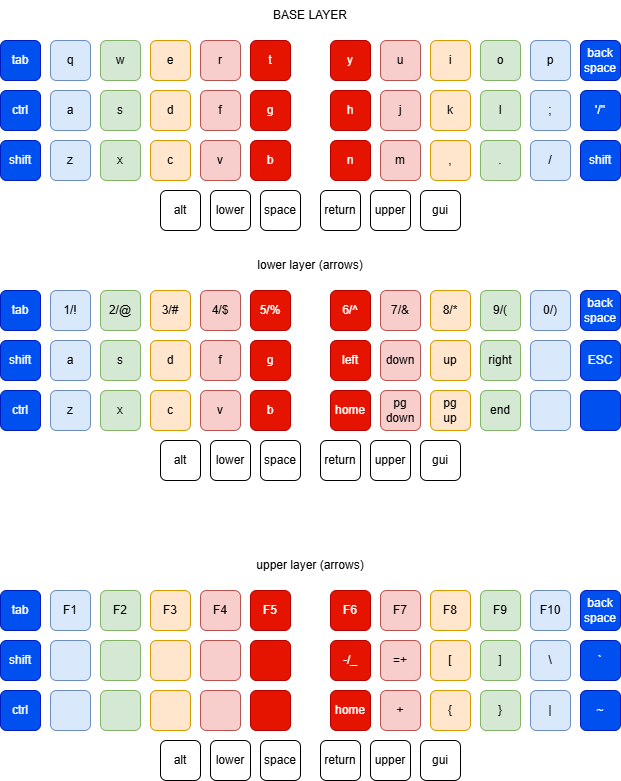
The draw.io diagram Laybout.png in nlarsen31/zmk-config, before a commit. Source tidied: cells renumbered, new cells last; positions are measured from the earlier drawing's top-left corner, leaving out a move shared by most shapes.
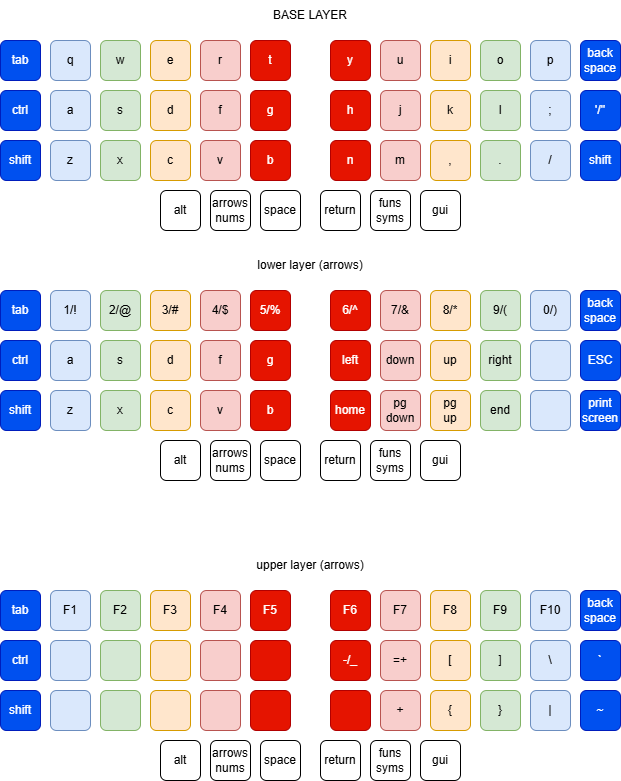
The same diagram one commit later.

The edit, as a diff of the source:
```diff
@@ -113,7 +113,7 @@
     <mxCell id="38" value="alt" style="rounded=1;whiteSpace=wrap;html=1;" parent="1" vertex="1">
       <mxGeometry x="160" y="190" width="40" height="40" as="geometry" />
     </mxCell>
-    <mxCell id="39" value="lower" style="rounded=1;whiteSpace=wrap;html=1;" parent="1" vertex="1">
+    <mxCell id="39" value="arrows&lt;div&gt;nums&lt;/div&gt;" style="rounded=1;whiteSpace=wrap;html=1;" parent="1" vertex="1">
       <mxGeometry x="210" y="190" width="40" height="40" as="geometry" />
     </mxCell>
     <mxCell id="40" value="space" style="rounded=1;whiteSpace=wrap;html=1;" parent="1" vertex="1">
@@ -122,7 +122,7 @@
     <mxCell id="41" value="return" style="rounded=1;whiteSpace=wrap;html=1;" parent="1" vertex="1">
       <mxGeometry x="320" y="190" width="40" height="40" as="geometry" />
     </mxCell>
-    <mxCell id="42" value="upper" style="rounded=1;whiteSpace=wrap;html=1;" parent="1" vertex="1">
+    <mxCell id="42" value="funs&lt;div&gt;syms&lt;/div&gt;" style="rounded=1;whiteSpace=wrap;html=1;" parent="1" vertex="1">
       <mxGeometry x="370" y="190" width="40" height="40" as="geometry" />
     </mxCell>
     <mxCell id="43" value="gui" style="rounded=1;whiteSpace=wrap;html=1;" parent="1" vertex="1">
@@ -149,7 +149,7 @@
     <mxCell id="50" value="5/%" style="rounded=1;whiteSpace=wrap;html=1;fillColor=#e51400;strokeColor=#B20000;fontColor=#ffffff;" parent="1" vertex="1">
       <mxGeometry x="250" y="290" width="40" height="40" as="geometry" />
     </mxCell>
-    <mxCell id="51" value="shift" style="rounded=1;whiteSpace=wrap;html=1;fillColor=#0050ef;strokeColor=#001DBC;glass=0;shadow=0;fontColor=#ffffff;" parent="1" vertex="1">
+    <mxCell id="51" value="ctrl" style="rounded=1;whiteSpace=wrap;html=1;fillColor=#0050ef;strokeColor=#001DBC;glass=0;shadow=0;fontColor=#ffffff;" parent="1" vertex="1">
       <mxGeometry y="340" width="40" height="40" as="geometry" />
     </mxCell>
     <mxCell id="52" value="a" style="rounded=1;whiteSpace=wrap;html=1;fillColor=#dae8fc;strokeColor=#6c8ebf;" parent="1" vertex="1">
@@ -167,7 +167,7 @@
     <mxCell id="56" value="g" style="rounded=1;whiteSpace=wrap;html=1;fillColor=#e51400;strokeColor=#B20000;fontColor=#ffffff;" parent="1" vertex="1">
       <mxGeometry x="250" y="340" width="40" height="40" as="geometry" />
     </mxCell>
-    <mxCell id="57" value="ctrl" style="rounded=1;whiteSpace=wrap;html=1;fillColor=#0050ef;strokeColor=#001DBC;glass=0;shadow=0;fontColor=#ffffff;" parent="1" vertex="1">
+    <mxCell id="57" value="shift" style="rounded=1;whiteSpace=wrap;html=1;fillColor=#0050ef;strokeColor=#001DBC;glass=0;shadow=0;fontColor=#ffffff;" parent="1" vertex="1">
       <mxGeometry y="390" width="40" height="40" as="geometry" />
     </mxCell>
     <mxCell id="58" value="z" style="rounded=1;whiteSpace=wrap;html=1;fillColor=#dae8fc;strokeColor=#6c8ebf;" parent="1" vertex="1">
@@ -236,24 +236,18 @@
     <mxCell id="79" style="rounded=1;whiteSpace=wrap;html=1;fillColor=#dae8fc;strokeColor=#6c8ebf;" parent="1" vertex="1">
       <mxGeometry x="530" y="390" width="40" height="40" as="geometry" />
     </mxCell>
-    <mxCell id="80" style="rounded=1;whiteSpace=wrap;html=1;fillColor=#0050ef;strokeColor=#001DBC;fontColor=#ffffff;" parent="1" vertex="1">
+    <mxCell id="80" value="print&lt;div&gt;screen&lt;/div&gt;" style="rounded=1;whiteSpace=wrap;html=1;fillColor=#0050ef;strokeColor=#001DBC;fontColor=#ffffff;" parent="1" vertex="1">
       <mxGeometry x="580" y="390" width="40" height="40" as="geometry" />
     </mxCell>
     <mxCell id="81" value="alt" style="rounded=1;whiteSpace=wrap;html=1;" parent="1" vertex="1">
       <mxGeometry x="160" y="440" width="40" height="40" as="geometry" />
     </mxCell>
-    <mxCell id="82" value="lower" style="rounded=1;whiteSpace=wrap;html=1;" parent="1" vertex="1">
-      <mxGeometry x="210" y="440" width="40" height="40" as="geometry" />
-    </mxCell>
     <mxCell id="83" value="space" style="rounded=1;whiteSpace=wrap;html=1;" parent="1" vertex="1">
       <mxGeometry x="260" y="440" width="40" height="40" as="geometry" />
     </mxCell>
     <mxCell id="84" value="return" style="rounded=1;whiteSpace=wrap;html=1;" parent="1" vertex="1">
       <mxGeometry x="320" y="440" width="40" height="40" as="geometry" />
     </mxCell>
-    <mxCell id="85" value="upper" style="rounded=1;whiteSpace=wrap;html=1;" parent="1" vertex="1">
-      <mxGeometry x="370" y="440" width="40" height="40" as="geometry" />
-    </mxCell>
     <mxCell id="86" value="gui" style="rounded=1;whiteSpace=wrap;html=1;" parent="1" vertex="1">
       <mxGeometry x="420" y="440" width="40" height="40" as="geometry" />
     </mxCell>
@@ -278,7 +272,7 @@
     <mxCell id="93" value="F5" style="rounded=1;whiteSpace=wrap;html=1;fillColor=#e51400;strokeColor=#B20000;fontColor=#ffffff;" parent="1" vertex="1">
       <mxGeometry x="250" y="590" width="40" height="40" as="geometry" />
     </mxCell>
-    <mxCell id="94" value="shift" style="rounded=1;whiteSpace=wrap;html=1;fillColor=#0050ef;strokeColor=#001DBC;glass=0;shadow=0;fontColor=#ffffff;" parent="1" vertex="1">
+    <mxCell id="94" value="ctrl" style="rounded=1;whiteSpace=wrap;html=1;fillColor=#0050ef;strokeColor=#001DBC;glass=0;shadow=0;fontColor=#ffffff;" parent="1" vertex="1">
       <mxGeometry y="640" width="40" height="40" as="geometry" />
     </mxCell>
     <mxCell id="95" style="rounded=1;whiteSpace=wrap;html=1;fillColor=#dae8fc;strokeColor=#6c8ebf;" parent="1" vertex="1">
@@ -296,7 +290,7 @@
     <mxCell id="99" style="rounded=1;whiteSpace=wrap;html=1;fillColor=#e51400;strokeColor=#B20000;fontColor=#ffffff;" parent="1" vertex="1">
       <mxGeometry x="250" y="640" width="40" height="40" as="geometry" />
     </mxCell>
-    <mxCell id="100" value="ctrl" style="rounded=1;whiteSpace=wrap;html=1;fillColor=#0050ef;strokeColor=#001DBC;glass=0;shadow=0;fontColor=#ffffff;" parent="1" vertex="1">
+    <mxCell id="100" value="shift" style="rounded=1;whiteSpace=wrap;html=1;fillColor=#0050ef;strokeColor=#001DBC;glass=0;shadow=0;fontColor=#ffffff;" parent="1" vertex="1">
       <mxGeometry y="690" width="40" height="40" as="geometry" />
     </mxCell>
     <mxCell id="101" style="rounded=1;whiteSpace=wrap;html=1;fillColor=#dae8fc;strokeColor=#6c8ebf;" parent="1" vertex="1">
@@ -350,7 +344,7 @@
     <mxCell id="117" value="`" style="rounded=1;whiteSpace=wrap;html=1;fillColor=#0050ef;strokeColor=#001DBC;fontColor=#ffffff;" parent="1" vertex="1">
       <mxGeometry x="580" y="640" width="40" height="40" as="geometry" />
     </mxCell>
-    <mxCell id="118" value="home" style="rounded=1;whiteSpace=wrap;html=1;fillColor=#e51400;strokeColor=#B20000;fontColor=#ffffff;" parent="1" vertex="1">
+    <mxCell id="118" style="rounded=1;whiteSpace=wrap;html=1;fillColor=#e51400;strokeColor=#B20000;fontColor=#ffffff;" parent="1" vertex="1">
       <mxGeometry x="330" y="690" width="40" height="40" as="geometry" />
     </mxCell>
     <mxCell id="119" value="+" style="rounded=1;whiteSpace=wrap;html=1;fillColor=#f8cecc;strokeColor=#b85450;" parent="1" vertex="1">
@@ -371,23 +365,29 @@
     <mxCell id="124" value="alt" style="rounded=1;whiteSpace=wrap;html=1;" parent="1" vertex="1">
       <mxGeometry x="160" y="740" width="40" height="40" as="geometry" />
     </mxCell>
-    <mxCell id="125" value="lower" style="rounded=1;whiteSpace=wrap;html=1;" parent="1" vertex="1">
-      <mxGeometry x="210" y="740" width="40" height="40" as="geometry" />
-    </mxCell>
     <mxCell id="126" value="space" style="rounded=1;whiteSpace=wrap;html=1;" parent="1" vertex="1">
       <mxGeometry x="260" y="740" width="40" height="40" as="geometry" />
     </mxCell>
     <mxCell id="127" value="return" style="rounded=1;whiteSpace=wrap;html=1;" parent="1" vertex="1">
       <mxGeometry x="320" y="740" width="40" height="40" as="geometry" />
     </mxCell>
-    <mxCell id="128" value="upper" style="rounded=1;whiteSpace=wrap;html=1;" parent="1" vertex="1">
-      <mxGeometry x="370" y="740" width="40" height="40" as="geometry" />
-    </mxCell>
     <mxCell id="129" value="gui" style="rounded=1;whiteSpace=wrap;html=1;" parent="1" vertex="1">
       <mxGeometry x="420" y="740" width="40" height="40" as="geometry" />
     </mxCell>
     <mxCell id="130" value="upper layer (arrows)" style="text;html=1;align=center;verticalAlign=middle;whiteSpace=wrap;rounded=1;" parent="1" vertex="1">
       <mxGeometry y="550" width="620" height="30" as="geometry" />
     </mxCell>
+    <mxCell id="131" value="arrows&lt;div&gt;nums&lt;/div&gt;" style="rounded=1;whiteSpace=wrap;html=1;" parent="1" vertex="1">
+      <mxGeometry x="210" y="440" width="40" height="40" as="geometry" />
+    </mxCell>
+    <mxCell id="132" value="arrows&lt;div&gt;nums&lt;/div&gt;" style="rounded=1;whiteSpace=wrap;html=1;" parent="1" vertex="1">
+      <mxGeometry x="210" y="740" width="40" height="40" as="geometry" />
+    </mxCell>
+    <mxCell id="133" value="funs&lt;div&gt;syms&lt;/div&gt;" style="rounded=1;whiteSpace=wrap;html=1;" parent="1" vertex="1">
+      <mxGeometry x="370" y="440" width="40" height="40" as="geometry" />
+    </mxCell>
+    <mxCell id="134" value="funs&lt;div&gt;syms&lt;/div&gt;" style="rounded=1;whiteSpace=wrap;html=1;" parent="1" vertex="1">
+      <mxGeometry x="370" y="740" width="40" height="40" as="geometry" />
+    </mxCell>
   </root>
 </mxGraphModel>
```
